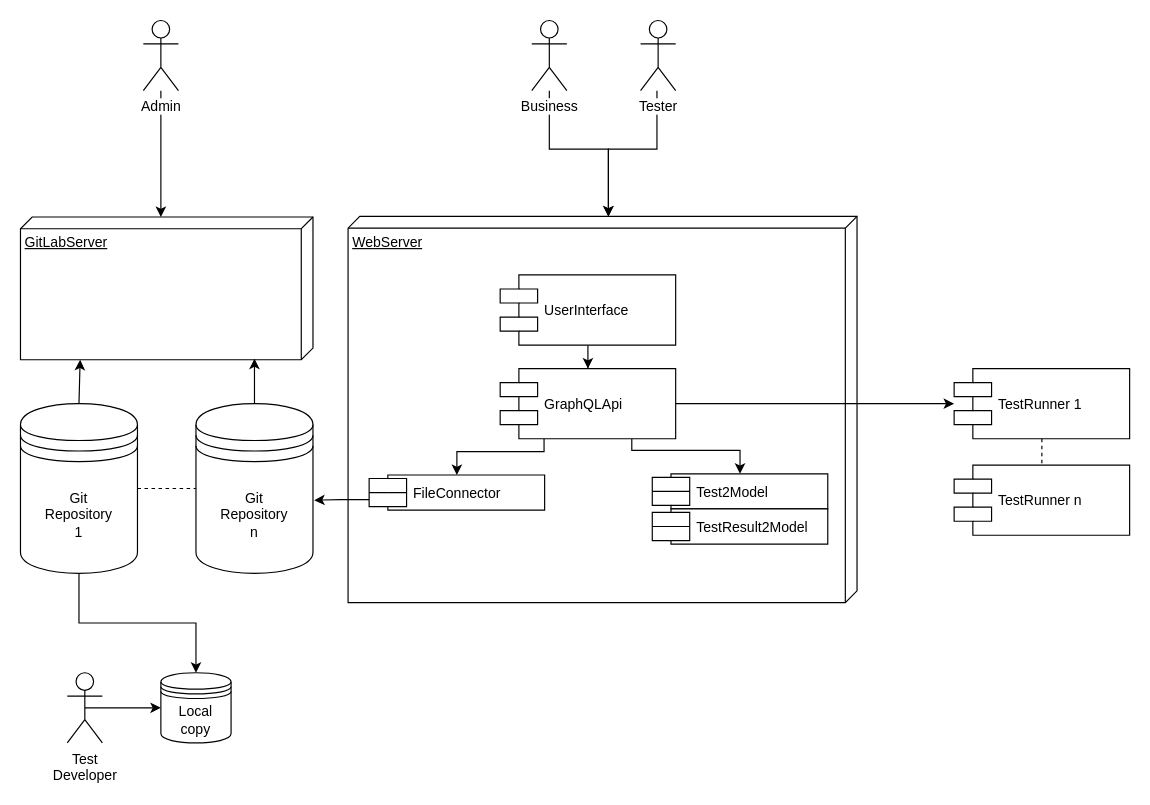
Before: page "Components" (1 of 2) of docs/overview.drawio in couchsoft/refineT, a draw.io diagram. Source tidied: cells renumbered, new cells numbered last; positions are measured from the earlier drawing's top-left corner, leaving out a move shared by most shapes. Both pictures are drawn from the tidied source at 117%, with x=0, y=0 at pixel (20, 20).
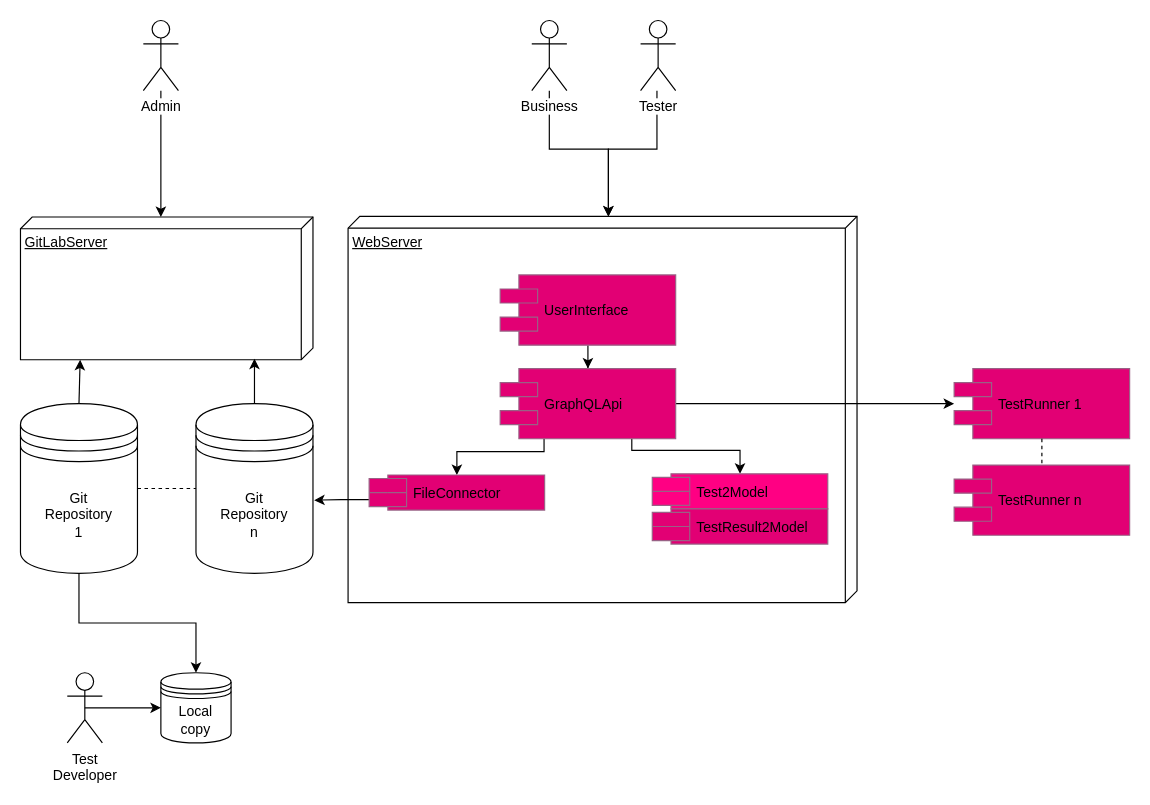
The same diagram, later.

What changed in the source:
```diff
@@
-    <mxCell id="3" value="TestRunner 1" style="shape=component;align=left;spacingLeft=36;" parent="1" vertex="1">
+    <mxCell id="3" value="TestRunner 1" style="shape=component;align=left;spacingLeft=36;fillColor=#e20074;strokeColor=#996185;gradientColor=none;" parent="1" vertex="1">
       <mxGeometry x="798" y="297.5" width="150" height="60" as="geometry" />
     </mxCell>
@@
-    <mxCell id="5" value="UserInterface" style="shape=component;align=left;spacingLeft=36;" parent="1" vertex="1">
+    <mxCell id="5" value="UserInterface" style="shape=component;align=left;spacingLeft=36;fillColor=#e20074;strokeColor=#996185;gradientColor=none;" parent="1" vertex="1">
       <mxGeometry x="410" y="217.5" width="150" height="60" as="geometry" />
     </mxCell>
@@
-    <mxCell id="9" value="GraphQLApi" style="shape=component;align=left;spacingLeft=36;" parent="1" vertex="1">
+    <mxCell id="9" value="GraphQLApi" style="shape=component;align=left;spacingLeft=36;fillColor=#e20074;strokeColor=#996185;gradientColor=none;" parent="1" vertex="1">
       <mxGeometry x="410" y="297.5" width="150" height="60" as="geometry" />
     </mxCell>
-    <mxCell id="10" value="Test2Model" style="shape=component;align=left;spacingLeft=36;" parent="1" vertex="1">
+    <mxCell id="10" value="Test2Model" style="shape=component;align=left;spacingLeft=36;fillColor=#FF0083;strokeColor=#996185;gradientColor=none;" parent="1" vertex="1">
       <mxGeometry x="540" y="387.5" width="150" height="30" as="geometry" />
     </mxCell>
-    <mxCell id="11" value="TestResult2Model" style="shape=component;align=left;spacingLeft=36;" parent="1" vertex="1">
+    <mxCell id="11" value="TestResult2Model" style="shape=component;align=left;spacingLeft=36;fillColor=#e20074;strokeColor=#996185;gradientColor=none;" parent="1" vertex="1">
       <mxGeometry x="540" y="417.5" width="150" height="30" as="geometry" />
     </mxCell>
@@
-    <mxCell id="13" value="FileConnector" style="shape=component;align=left;spacingLeft=36;" parent="1" vertex="1">
+    <mxCell id="13" value="FileConnector" style="shape=component;align=left;spacingLeft=36;fillColor=#e20074;strokeColor=#996185;gradientColor=none;" parent="1" vertex="1">
       <mxGeometry x="298" y="388.5" width="150" height="30" as="geometry" />
     </mxCell>
@@
-    <mxCell id="30" value="TestRunner n" style="shape=component;align=left;spacingLeft=36;" parent="1" vertex="1">
+    <mxCell id="30" value="TestRunner n" style="shape=component;align=left;spacingLeft=36;fillColor=#e20074;strokeColor=#996185;gradientColor=none;" parent="1" vertex="1">
       <mxGeometry x="798" y="380" width="150" height="60" as="geometry" />
     </mxCell>
```
